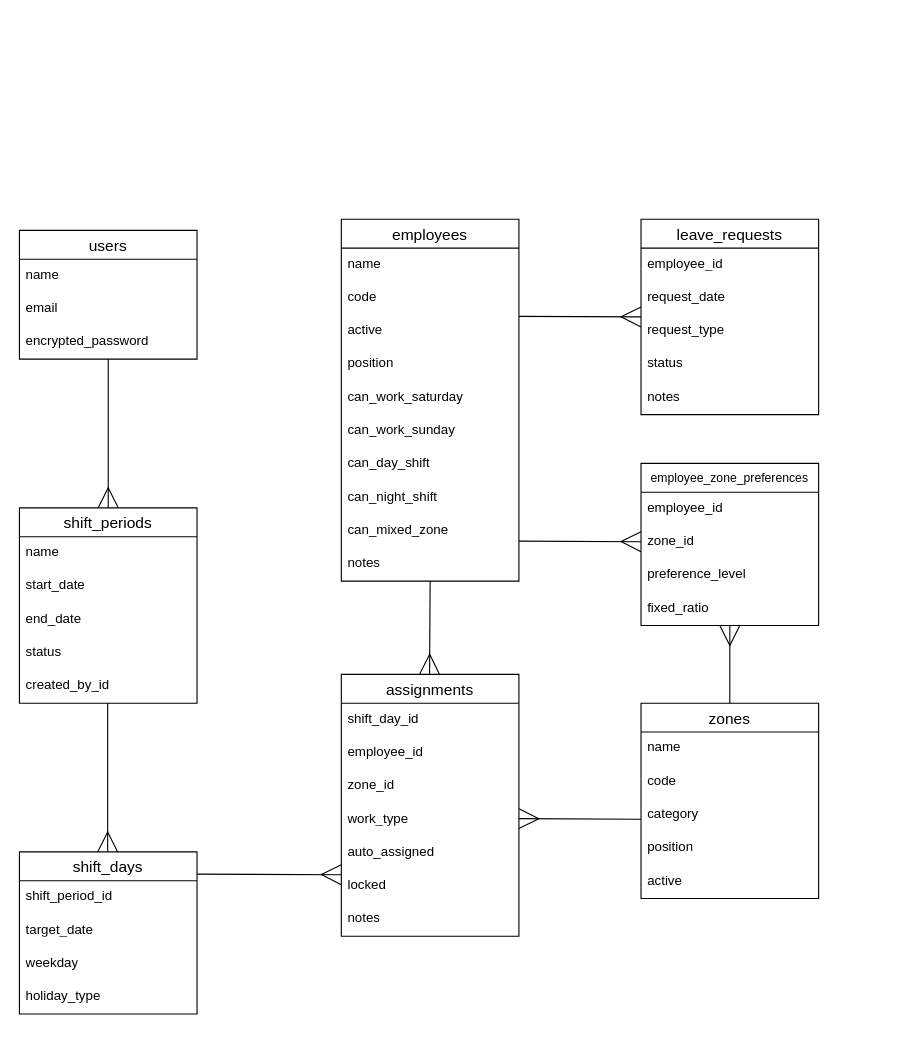
Yotsu001/shift-generator keeps this draw.io diagram as ER図.dio. Above is the earlier version. Source tidied: cells renumbered, new cells numbered last; positions are measured from the earlier drawing's top-left corner, leaving out a move shared by most shapes. Both pictures are drawn from the tidied source at 111%, with x=0, y=0 at pixel (19, 219).
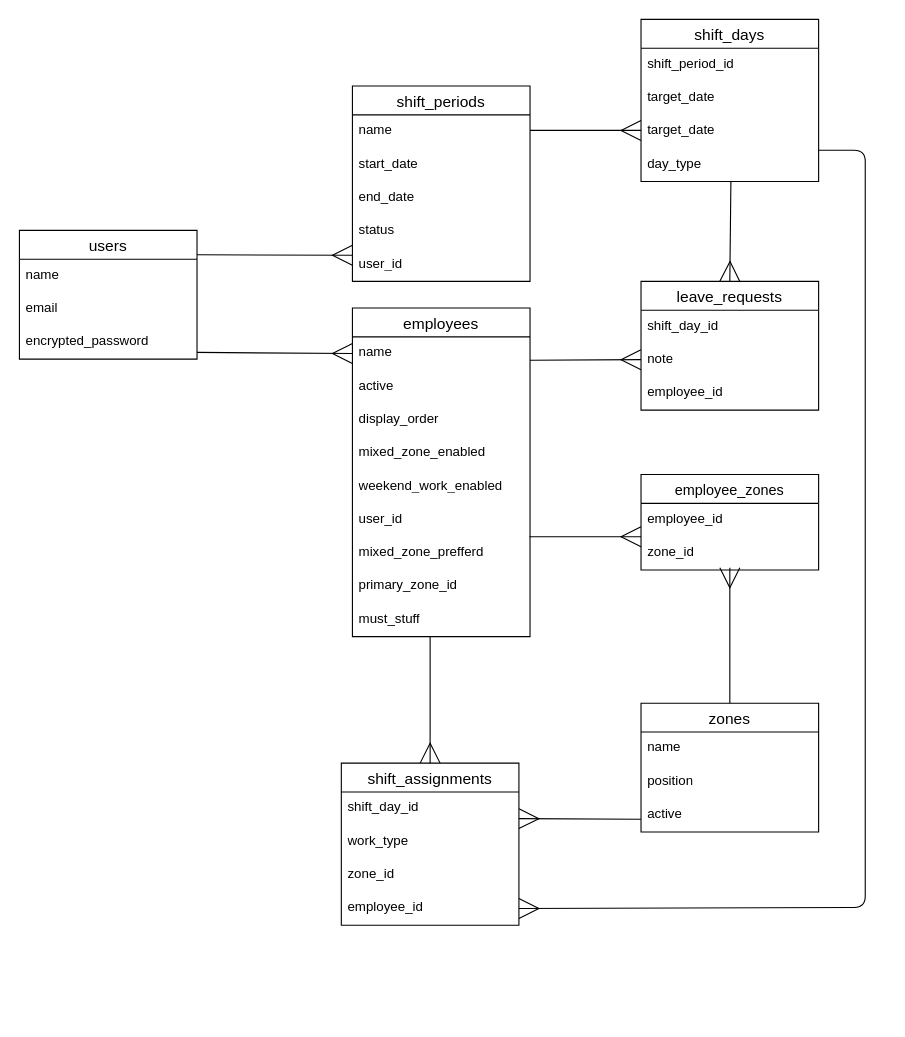
After the change.

Unchanged cells that the change refers to:
```xml
<mxCell id="3" value="users" style="swimlane;fontStyle=0;horizontal=1;startSize=26;align=center;fontSize=14;" parent="1" vertex="1">
  <mxGeometry y="10" width="160" height="116" as="geometry" />
</mxCell>
<mxCell id="8" value="name" style="text;strokeColor=none;fillColor=none;spacingLeft=4;spacingRight=4;overflow=hidden;points=[[0,0.5],[1,0.5]];portConstraint=eastwest;fontSize=12;whiteSpace=wrap;html=1;" parent="7" vertex="1">
  <mxGeometry y="26" width="160" height="30" as="geometry" />
</mxCell>
```

The edit, as a diff of the source:
```diff
@@
-    <mxCell id="2" style="edgeStyle=none;html=1;exitX=0.5;exitY=1;exitDx=0;exitDy=0;entryX=0.5;entryY=0;entryDx=0;entryDy=0;endArrow=ERmany;endFill=0;endSize=16;" parent="1" edge="1" source="3" target="24">
-      <mxGeometry relative="1" as="geometry" />
+    <mxCell id="2" style="edgeStyle=none;html=1;exitX=1;exitY=0.5;exitDx=0;exitDy=0;entryX=0;entryY=0.217;entryDx=0;entryDy=0;endArrow=ERmany;endFill=0;endSize=16;entryPerimeter=0;" parent="1" edge="1" target="29">
+      <mxGeometry relative="1" as="geometry">
+        <mxPoint x="160" y="32" as="sourcePoint" />
+      </mxGeometry>
     </mxCell>
@@
     <mxCell id="7" value="employees" style="swimlane;fontStyle=0;horizontal=1;startSize=26;align=center;fontSize=14;" parent="1" vertex="1">
-      <mxGeometry x="290" width="160" height="326" as="geometry" />
+      <mxGeometry x="300" y="80" width="160" height="296" as="geometry" />
     </mxCell>
@@
-    <mxCell id="9" value="code" style="text;strokeColor=none;fillColor=none;spacingLeft=4;spacingRight=4;overflow=hidden;fontSize=12;whiteSpace=wrap;html=1;" parent="7" vertex="1">
-      <mxGeometry y="56" width="160" height="30" as="geometry" />
-    </mxCell>
     <mxCell id="10" value="active" style="text;strokeColor=none;fillColor=none;spacingLeft=4;spacingRight=4;overflow=hidden;fontSize=12;whiteSpace=wrap;html=1;" parent="7" vertex="1">
-      <mxGeometry y="86" width="160" height="30" as="geometry" />
+      <mxGeometry y="56" width="160" height="30" as="geometry" />
     </mxCell>
-    <mxCell id="11" value="position" style="text;strokeColor=none;fillColor=none;spacingLeft=4;spacingRight=4;overflow=hidden;fontSize=12;whiteSpace=wrap;html=1;" parent="7" vertex="1">
-      <mxGeometry y="116" width="160" height="30" as="geometry" />
+    <mxCell id="11" value="display_order" style="text;strokeColor=none;fillColor=none;spacingLeft=4;spacingRight=4;overflow=hidden;fontSize=12;whiteSpace=wrap;html=1;" parent="7" vertex="1">
+      <mxGeometry y="86" width="160" height="30" as="geometry" />
     </mxCell>
+    <mxCell id="16" value="mixed_zone_enabled" style="text;strokeColor=none;fillColor=none;spacingLeft=4;spacingRight=4;overflow=hidden;fontSize=12;whiteSpace=wrap;html=1;" parent="7" vertex="1">
+      <mxGeometry y="116" width="160" height="30" as="geometry" />
+    </mxCell>
-    <mxCell id="12" value="can_work_saturday" style="text;strokeColor=none;fillColor=none;spacingLeft=4;spacingRight=4;overflow=hidden;fontSize=12;whiteSpace=wrap;html=1;" parent="7" vertex="1">
+    <mxCell id="12" value="weekend_work_enabled" style="text;strokeColor=none;fillColor=none;spacingLeft=4;spacingRight=4;overflow=hidden;fontSize=12;whiteSpace=wrap;html=1;" parent="7" vertex="1">
       <mxGeometry y="146" width="160" height="30" as="geometry" />
     </mxCell>
-    <mxCell id="13" value="can_work_sunday" style="text;strokeColor=none;fillColor=none;spacingLeft=4;spacingRight=4;overflow=hidden;fontSize=12;whiteSpace=wrap;html=1;" parent="7" vertex="1">
+    <mxCell id="13" value="user_id" style="text;strokeColor=none;fillColor=none;spacingLeft=4;spacingRight=4;overflow=hidden;fontSize=12;whiteSpace=wrap;html=1;" parent="7" vertex="1">
       <mxGeometry y="176" width="160" height="30" as="geometry" />
     </mxCell>
-    <mxCell id="14" value="can_day_shift" style="text;strokeColor=none;fillColor=none;spacingLeft=4;spacingRight=4;overflow=hidden;points=[[0,0.5],[1,0.5]];portConstraint=eastwest;fontSize=12;whiteSpace=wrap;html=1;" parent="7" vertex="1">
+    <mxCell id="14" value="mixed_zone_prefferd" style="text;strokeColor=none;fillColor=none;spacingLeft=4;spacingRight=4;overflow=hidden;points=[[0,0.5],[1,0.5]];portConstraint=eastwest;fontSize=12;whiteSpace=wrap;html=1;" parent="7" vertex="1">
       <mxGeometry y="206" width="160" height="30" as="geometry" />
     </mxCell>
-    <mxCell id="15" value="can_night_shift" style="text;strokeColor=none;fillColor=none;spacingLeft=4;spacingRight=4;overflow=hidden;fontSize=12;whiteSpace=wrap;html=1;" parent="7" vertex="1">
+    <mxCell id="15" value="primary_zone_id" style="text;strokeColor=none;fillColor=none;spacingLeft=4;spacingRight=4;overflow=hidden;fontSize=12;whiteSpace=wrap;html=1;" parent="7" vertex="1">
       <mxGeometry y="236" width="160" height="30" as="geometry" />
     </mxCell>
-    <mxCell id="16" value="can_mixed_zone" style="text;strokeColor=none;fillColor=none;spacingLeft=4;spacingRight=4;overflow=hidden;fontSize=12;whiteSpace=wrap;html=1;" parent="7" vertex="1">
-      <mxGeometry y="266" width="160" height="30" as="geometry" />
-    </mxCell>
-    <mxCell id="17" value="notes" style="text;strokeColor=none;fillColor=none;spacingLeft=4;spacingRight=4;overflow=hidden;fontSize=12;whiteSpace=wrap;html=1;" parent="7" vertex="1">
-      <mxGeometry y="296" width="160" height="30" as="geometry" />
+    <mxCell id="17" value="must_stuff" style="text;strokeColor=none;fillColor=none;spacingLeft=4;spacingRight=4;overflow=hidden;fontSize=12;whiteSpace=wrap;html=1;" parent="7" vertex="1">
+      <mxGeometry y="266" width="160" height="30" as="geometry" />
     </mxCell>
     <mxCell id="18" value="zones" style="swimlane;fontStyle=0;horizontal=1;startSize=26;align=center;fontSize=14;" parent="1" vertex="1">
-      <mxGeometry x="560" y="436" width="160" height="176" as="geometry" />
+      <mxGeometry x="560" y="436" width="160" height="116" as="geometry" />
     </mxCell>
@@
-    <mxCell id="20" value="code" style="text;strokeColor=none;fillColor=none;spacingLeft=4;spacingRight=4;overflow=hidden;fontSize=12;whiteSpace=wrap;html=1;" parent="18" vertex="1">
-      <mxGeometry y="56" width="160" height="30" as="geometry" />
-    </mxCell>
-    <mxCell id="21" value="category" style="text;strokeColor=none;fillColor=none;spacingLeft=4;spacingRight=4;overflow=hidden;fontSize=12;whiteSpace=wrap;html=1;" parent="18" vertex="1">
-      <mxGeometry y="86" width="160" height="30" as="geometry" />
-    </mxCell>
     <mxCell id="22" value="position" style="text;strokeColor=none;fillColor=none;spacingLeft=4;spacingRight=4;overflow=hidden;fontSize=12;whiteSpace=wrap;html=1;" parent="18" vertex="1">
-      <mxGeometry y="116" width="160" height="30" as="geometry" />
+      <mxGeometry y="56" width="160" height="30" as="geometry" />
     </mxCell>
     <mxCell id="23" value="active" style="text;strokeColor=none;fillColor=none;spacingLeft=4;spacingRight=4;overflow=hidden;fontSize=12;whiteSpace=wrap;html=1;" parent="18" vertex="1">
-      <mxGeometry y="146" width="160" height="30" as="geometry" />
+      <mxGeometry y="86" width="160" height="30" as="geometry" />
     </mxCell>
     <mxCell id="24" value="shift_periods" style="swimlane;fontStyle=0;horizontal=1;startSize=26;align=center;fontSize=14;" parent="1" vertex="1">
-      <mxGeometry y="260" width="160" height="176" as="geometry" />
+      <mxGeometry x="300" y="-120" width="160" height="176" as="geometry" />
     </mxCell>
@@
-    <mxCell id="29" value="created_by_id" style="text;strokeColor=none;fillColor=none;spacingLeft=4;spacingRight=4;overflow=hidden;points=[[0,0.5],[1,0.5]];portConstraint=eastwest;fontSize=12;whiteSpace=wrap;html=1;" parent="24" vertex="1">
+    <mxCell id="29" value="user_id" style="text;strokeColor=none;fillColor=none;spacingLeft=4;spacingRight=4;overflow=hidden;points=[[0,0.5],[1,0.5]];portConstraint=eastwest;fontSize=12;whiteSpace=wrap;html=1;" parent="24" vertex="1">
       <mxGeometry y="146" width="160" height="30" as="geometry" />
     </mxCell>
+    <mxCell id="61" style="edgeStyle=orthogonalEdgeStyle;html=1;entryX=1;entryY=0.5;entryDx=0;entryDy=0;endArrow=ERmany;endFill=0;endSize=16;exitX=0.984;exitY=1.064;exitDx=0;exitDy=0;exitPerimeter=0;" parent="1" edge="1">
+      <mxGeometry relative="1" as="geometry">
+        <mxPoint x="719.4" y="-62.1" as="sourcePoint" />
+        <mxPoint x="450" y="621" as="targetPoint" />
+        <Array as="points">
+          <mxPoint x="762" y="-62" />
+          <mxPoint x="762" y="620" />
+        </Array>
+      </mxGeometry>
+    </mxCell>
     <mxCell id="30" value="shift_days" style="swimlane;fontStyle=0;horizontal=1;startSize=26;align=center;fontSize=14;" parent="1" vertex="1">
-      <mxGeometry y="570" width="160" height="146" as="geometry" />
+      <mxGeometry x="560" y="-180" width="160" height="146" as="geometry" />
     </mxCell>
@@
-    <mxCell id="33" value="weekday" style="text;strokeColor=none;fillColor=none;spacingLeft=4;spacingRight=4;overflow=hidden;fontSize=12;whiteSpace=wrap;html=1;" parent="30" vertex="1">
-      <mxGeometry y="86" width="160" height="30" as="geometry" />
-    </mxCell>
+    <mxCell id="62" value="target_date" style="text;strokeColor=none;fillColor=none;spacingLeft=4;spacingRight=4;overflow=hidden;fontSize=12;whiteSpace=wrap;html=1;" parent="30" vertex="1">
+      <mxGeometry y="86" width="160" height="30" as="geometry" />
+    </mxCell>
-    <mxCell id="34" value="holiday_type" style="text;strokeColor=none;fillColor=none;spacingLeft=4;spacingRight=4;overflow=hidden;points=[[0,0.5],[1,0.5]];portConstraint=eastwest;fontSize=12;whiteSpace=wrap;html=1;" parent="30" vertex="1">
+    <mxCell id="34" value="day_type" style="text;strokeColor=none;fillColor=none;spacingLeft=4;spacingRight=4;overflow=hidden;points=[[0,0.5],[1,0.5]];portConstraint=eastwest;fontSize=12;whiteSpace=wrap;html=1;" parent="30" vertex="1">
       <mxGeometry y="116" width="160" height="30" as="geometry" />
     </mxCell>
-    <mxCell id="35" value="assignments" style="swimlane;fontStyle=0;horizontal=1;startSize=26;align=center;fontSize=14;" parent="1" vertex="1">
-      <mxGeometry x="290" y="410" width="160" height="236" as="geometry" />
+    <mxCell id="35" value="shift_assignments" style="swimlane;fontStyle=0;horizontal=1;startSize=26;align=center;fontSize=14;" parent="1" vertex="1">
+      <mxGeometry x="290" y="490" width="160" height="146" as="geometry" />
     </mxCell>
@@
+    <mxCell id="39" value="work_type" style="text;strokeColor=none;fillColor=none;spacingLeft=4;spacingRight=4;overflow=hidden;fontSize=12;whiteSpace=wrap;html=1;" parent="35" vertex="1">
+      <mxGeometry y="56" width="160" height="30" as="geometry" />
+    </mxCell>
+    <mxCell id="38" value="zone_id" style="text;strokeColor=none;fillColor=none;spacingLeft=4;spacingRight=4;overflow=hidden;fontSize=12;whiteSpace=wrap;html=1;" parent="35" vertex="1">
+      <mxGeometry y="86" width="160" height="30" as="geometry" />
+    </mxCell>
     <mxCell id="37" value="employee_id" style="text;strokeColor=none;fillColor=none;spacingLeft=4;spacingRight=4;overflow=hidden;fontSize=12;whiteSpace=wrap;html=1;" parent="35" vertex="1">
-      <mxGeometry y="56" width="160" height="30" as="geometry" />
+      <mxGeometry y="116" width="160" height="30" as="geometry" />
     </mxCell>
-    <mxCell id="38" value="zone_id" style="text;strokeColor=none;fillColor=none;spacingLeft=4;spacingRight=4;overflow=hidden;fontSize=12;whiteSpace=wrap;html=1;" parent="35" vertex="1">
-      <mxGeometry y="86" width="160" height="30" as="geometry" />
-    </mxCell>
-    <mxCell id="39" value="work_type" style="text;strokeColor=none;fillColor=none;spacingLeft=4;spacingRight=4;overflow=hidden;fontSize=12;whiteSpace=wrap;html=1;" parent="35" vertex="1">
-      <mxGeometry y="116" width="160" height="30" as="geometry" />
-    </mxCell>
-    <mxCell id="40" value="auto_assigned" style="text;strokeColor=none;fillColor=none;spacingLeft=4;spacingRight=4;overflow=hidden;fontSize=12;whiteSpace=wrap;html=1;" parent="35" vertex="1">
-      <mxGeometry y="146" width="160" height="30" as="geometry" />
-    </mxCell>
-    <mxCell id="41" value="locked" style="text;strokeColor=none;fillColor=none;spacingLeft=4;spacingRight=4;overflow=hidden;points=[[0,0.5],[1,0.5]];portConstraint=eastwest;fontSize=12;whiteSpace=wrap;html=1;" parent="35" vertex="1">
-      <mxGeometry y="176" width="160" height="30" as="geometry" />
-    </mxCell>
-    <mxCell id="42" value="notes" style="text;strokeColor=none;fillColor=none;spacingLeft=4;spacingRight=4;overflow=hidden;fontSize=12;whiteSpace=wrap;html=1;" parent="35" vertex="1">
-      <mxGeometry y="206" width="160" height="30" as="geometry" />
-    </mxCell>
     <mxCell id="43" value="leave_requests" style="swimlane;fontStyle=0;horizontal=1;startSize=26;align=center;fontSize=14;" parent="1" vertex="1">
-      <mxGeometry x="560" width="160" height="176" as="geometry" />
+      <mxGeometry x="560" y="56" width="160" height="116" as="geometry" />
     </mxCell>
+    <mxCell id="45" value="shift_day_id" style="text;strokeColor=none;fillColor=none;spacingLeft=4;spacingRight=4;overflow=hidden;fontSize=12;whiteSpace=wrap;html=1;" parent="43" vertex="1">
+      <mxGeometry y="26" width="160" height="30" as="geometry" />
+    </mxCell>
+    <mxCell id="48" value="note" style="text;strokeColor=none;fillColor=none;spacingLeft=4;spacingRight=4;overflow=hidden;fontSize=12;whiteSpace=wrap;html=1;" parent="43" vertex="1">
+      <mxGeometry y="56" width="160" height="30" as="geometry" />
+    </mxCell>
     <mxCell id="44" value="employee_id" style="text;strokeColor=none;fillColor=none;spacingLeft=4;spacingRight=4;overflow=hidden;fontSize=12;whiteSpace=wrap;html=1;" parent="43" vertex="1">
-      <mxGeometry y="26" width="160" height="30" as="geometry" />
+      <mxGeometry y="86" width="160" height="30" as="geometry" />
     </mxCell>
-    <mxCell id="45" value="request_date" style="text;strokeColor=none;fillColor=none;spacingLeft=4;spacingRight=4;overflow=hidden;fontSize=12;whiteSpace=wrap;html=1;" parent="43" vertex="1">
-      <mxGeometry y="56" width="160" height="30" as="geometry" />
-    </mxCell>
-    <mxCell id="46" value="&lt;span style=&quot;color: rgb(0, 0, 0);&quot;&gt;request_type&lt;/span&gt;" style="text;strokeColor=none;fillColor=none;spacingLeft=4;spacingRight=4;overflow=hidden;fontSize=12;whiteSpace=wrap;html=1;" parent="43" vertex="1">
-      <mxGeometry y="86" width="160" height="30" as="geometry" />
-    </mxCell>
-    <mxCell id="47" value="status" style="text;strokeColor=none;fillColor=none;spacingLeft=4;spacingRight=4;overflow=hidden;fontSize=12;whiteSpace=wrap;html=1;" parent="43" vertex="1">
-      <mxGeometry y="116" width="160" height="30" as="geometry" />
-    </mxCell>
-    <mxCell id="48" value="notes" style="text;strokeColor=none;fillColor=none;spacingLeft=4;spacingRight=4;overflow=hidden;fontSize=12;whiteSpace=wrap;html=1;" parent="43" vertex="1">
-      <mxGeometry y="146" width="160" height="30" as="geometry" />
-    </mxCell>
-    <mxCell id="49" value="employee_zone_preferences" style="swimlane;fontStyle=0;horizontal=1;startSize=26;align=center;fontSize=11;" parent="1" vertex="1">
-      <mxGeometry x="560" y="220" width="160" height="146" as="geometry" />
+    <mxCell id="49" value="employee_zones" style="swimlane;fontStyle=0;horizontal=1;startSize=26;align=center;fontSize=13;" parent="1" vertex="1">
+      <mxGeometry x="560" y="230" width="160" height="86" as="geometry" />
     </mxCell>
@@
-    <mxCell id="52" value="&lt;span style=&quot;color: rgb(0, 0, 0);&quot;&gt;preference_level&lt;/span&gt;" style="text;strokeColor=none;fillColor=none;spacingLeft=4;spacingRight=4;overflow=hidden;fontSize=12;whiteSpace=wrap;html=1;" parent="49" vertex="1">
-      <mxGeometry y="86" width="160" height="30" as="geometry" />
-    </mxCell>
-    <mxCell id="53" value="fixed_ratio" style="text;strokeColor=none;fillColor=none;spacingLeft=4;spacingRight=4;overflow=hidden;fontSize=12;whiteSpace=wrap;html=1;" parent="49" vertex="1">
-      <mxGeometry y="116" width="160" height="30" as="geometry" />
-    </mxCell>
-    <mxCell id="54" style="edgeStyle=none;html=1;exitX=0.5;exitY=1;exitDx=0;exitDy=0;entryX=0.5;entryY=0;entryDx=0;entryDy=0;endArrow=ERmany;endFill=0;endSize=16;" parent="1" edge="1">
-      <mxGeometry relative="1" as="geometry">
-        <mxPoint x="79.5" y="436" as="sourcePoint" />
-        <mxPoint x="79.5" y="570" as="targetPoint" />
-      </mxGeometry>
-    </mxCell>
-    <mxCell id="55" style="edgeStyle=none;html=1;entryX=0;entryY=0.15;entryDx=0;entryDy=0;endArrow=ERmany;endFill=0;endSize=16;entryPerimeter=0;" parent="1" edge="1" target="41">
-      <mxGeometry relative="1" as="geometry">
-        <mxPoint x="160" y="590" as="sourcePoint" />
-      </mxGeometry>
-    </mxCell>
-    <mxCell id="56" style="edgeStyle=none;html=1;exitX=0.5;exitY=1;exitDx=0;exitDy=0;endArrow=ERmany;endFill=0;endSize=16;" parent="1" edge="1">
+    <mxCell id="56" style="edgeStyle=none;html=1;exitX=0.5;exitY=1;exitDx=0;exitDy=0;endArrow=ERmany;endFill=0;endSize=16;entryX=0.5;entryY=0;entryDx=0;entryDy=0;" parent="1" edge="1" target="35">
       <mxGeometry relative="1" as="geometry">
-        <mxPoint x="370" y="326" as="sourcePoint" />
-        <mxPoint x="369.5" y="410" as="targetPoint" />
+        <mxPoint x="370" y="376" as="sourcePoint" />
       </mxGeometry>
     </mxCell>
-    <mxCell id="57" style="edgeStyle=none;html=1;entryX=0;entryY=0.5;entryDx=0;entryDy=0;endArrow=ERmany;endFill=0;endSize=16;" parent="1" edge="1" target="43">
+    <mxCell id="57" style="edgeStyle=none;html=1;entryX=0;entryY=0.5;entryDx=0;entryDy=0;endArrow=ERmany;endFill=0;endSize=16;" parent="1" edge="1">
       <mxGeometry relative="1" as="geometry">
-        <mxPoint x="450" y="87.5" as="sourcePoint" />
+        <mxPoint x="460" y="127" as="sourcePoint" />
+        <mxPoint x="560" y="126.5" as="targetPoint" />
       </mxGeometry>
     </mxCell>
@@
-    <mxCell id="59" style="edgeStyle=none;html=1;entryX=0;entryY=0.5;entryDx=0;entryDy=0;endArrow=ERmany;endFill=0;endSize=16;" parent="1" edge="1">
+    <mxCell id="59" style="edgeStyle=none;html=1;endArrow=ERmany;endFill=0;endSize=16;exitX=0.997;exitY=0;exitDx=0;exitDy=0;exitPerimeter=0;" parent="1" edge="1" source="14">
       <mxGeometry relative="1" as="geometry">
-        <mxPoint x="450" y="290" as="sourcePoint" />
-        <mxPoint x="560" y="290.5" as="targetPoint" />
+        <mxPoint x="560" y="286" as="targetPoint" />
       </mxGeometry>
     </mxCell>
     <mxCell id="60" style="edgeStyle=none;html=1;endArrow=ERmany;endFill=0;endSize=16;exitX=0.5;exitY=0;exitDx=0;exitDy=0;" parent="1" edge="1" source="18">
       <mxGeometry relative="1" as="geometry">
-        <mxPoint x="640" y="366" as="targetPoint" />
+        <mxPoint x="640" y="314" as="targetPoint" />
       </mxGeometry>
     </mxCell>
+    <mxCell id="63" style="edgeStyle=none;html=1;endArrow=ERmany;endFill=0;endSize=16;entryX=0;entryY=0.5;entryDx=0;entryDy=0;" parent="1" edge="1" target="8">
+      <mxGeometry relative="1" as="geometry">
+        <mxPoint x="160" y="120" as="sourcePoint" />
+      </mxGeometry>
+    </mxCell>
+    <mxCell id="64" style="edgeStyle=none;html=1;exitX=1;exitY=0.5;exitDx=0;exitDy=0;endArrow=ERmany;endFill=0;endSize=16;" parent="1" edge="1">
+      <mxGeometry relative="1" as="geometry">
+        <mxPoint x="460" y="-80" as="sourcePoint" />
+        <mxPoint x="560" y="-80" as="targetPoint" />
+      </mxGeometry>
+    </mxCell>
+    <mxCell id="54" style="edgeStyle=none;html=1;exitX=0.506;exitY=1;exitDx=0;exitDy=0;endArrow=ERmany;endFill=0;endSize=16;exitPerimeter=0;entryX=0.5;entryY=0;entryDx=0;entryDy=0;" parent="1" edge="1" source="34" target="43">
+      <mxGeometry relative="1" as="geometry" />
+    </mxCell>
```
